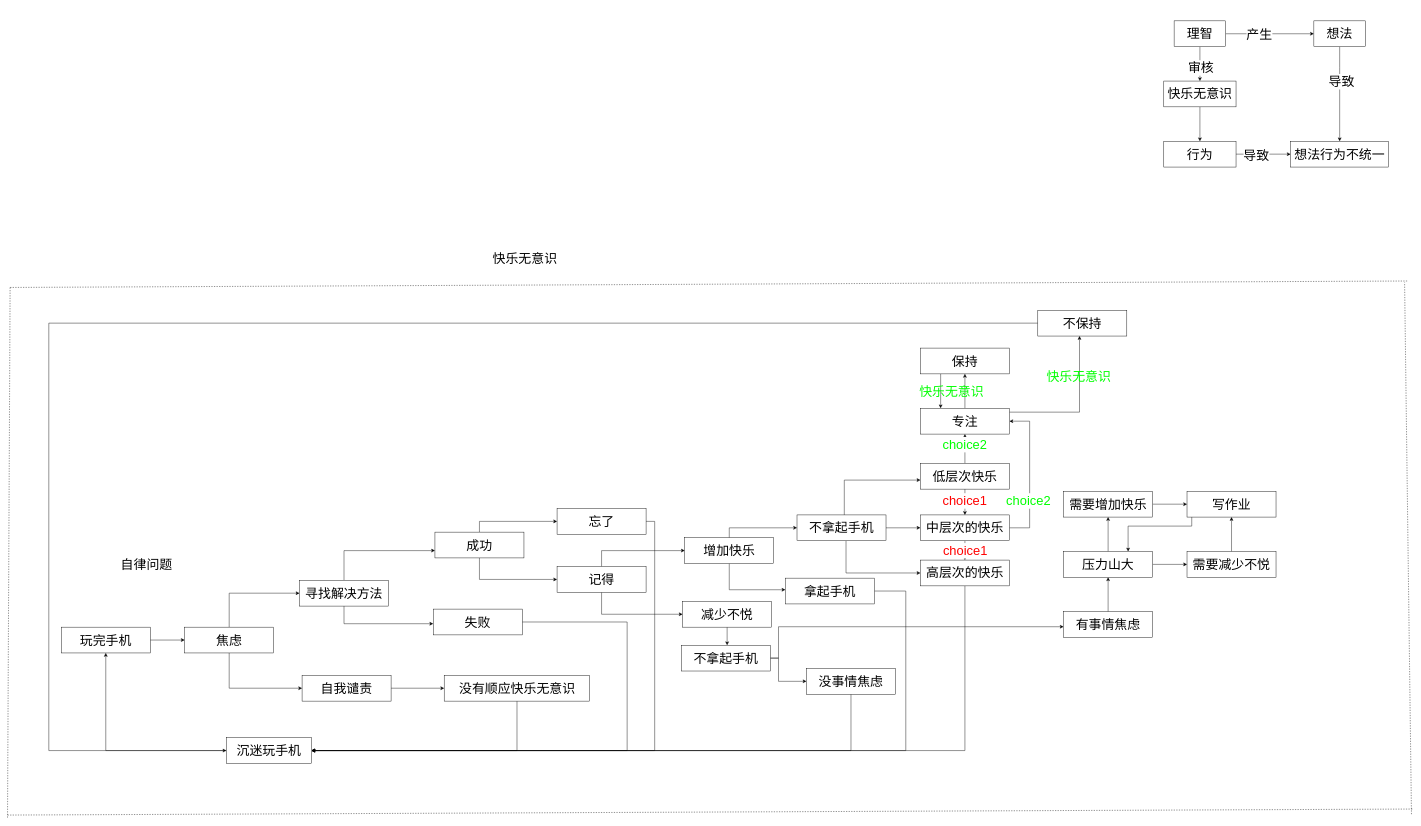
This is page "第 16 页" (16 of 16) of Untitled Diagram.drawio from 1643001598/pdf, a draw.io file, before an edit. Source tidied: cells renumbered, new cells numbered last; positions are measured from the earlier drawing's top-left corner, leaving out a move shared by most shapes. Both pictures are drawn from the tidied source at 43%, with x=0, y=0 at pixel (7, 21).
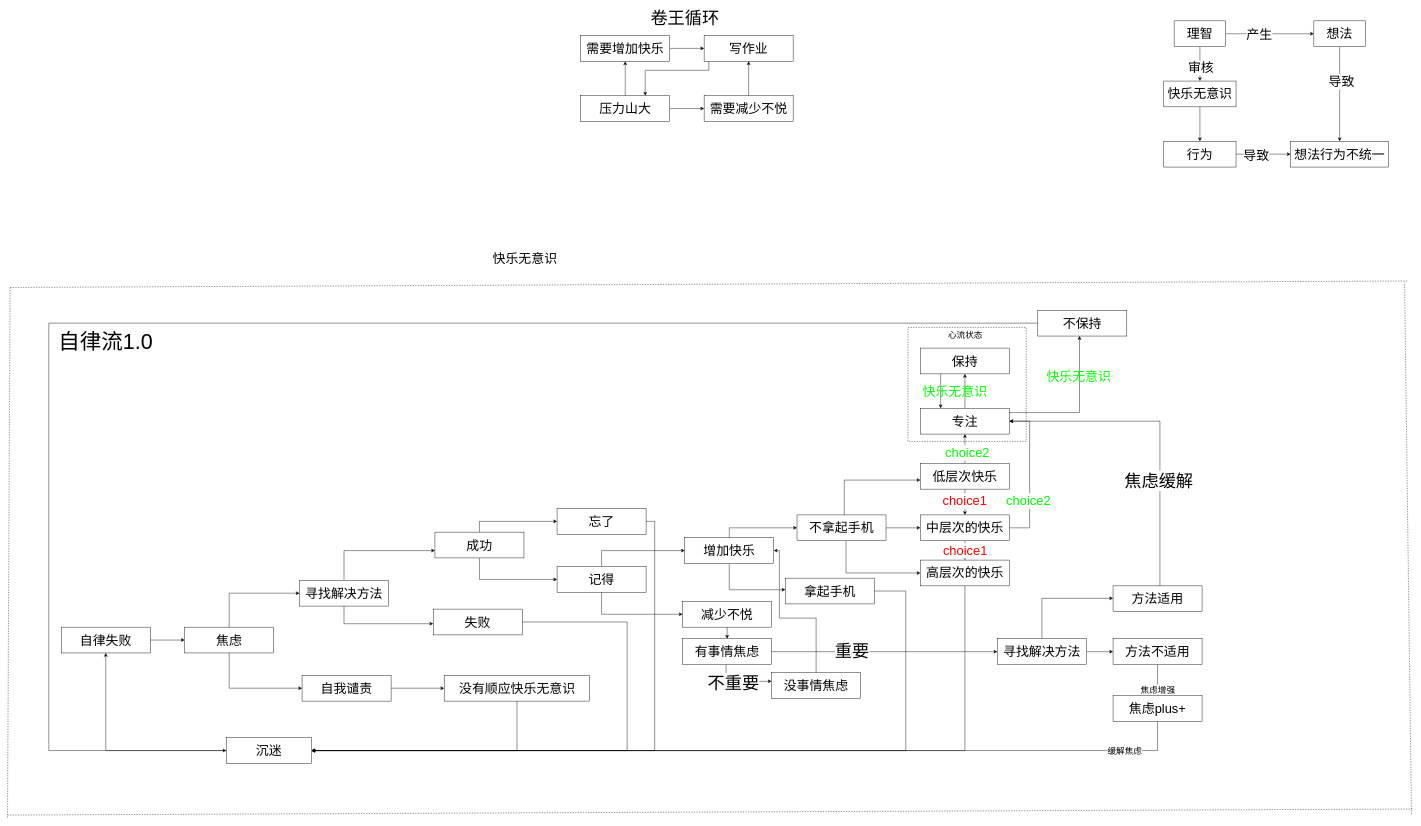
The same page after the edit.

The change refers to these unchanged cells:
```xml
<mxCell id="34" value="增加快乐" style="whiteSpace=wrap;html=1;fontSize=30;" parent="1" vertex="1">
  <mxGeometry x="1575" y="1202" width="207" height="60" as="geometry" />
</mxCell>
<mxCell id="51" style="edgeStyle=orthogonalEdgeStyle;rounded=0;jettySize=auto;html=1;fontSize=30;" parent="1" edge="1" source="53" target="87">
  <mxGeometry relative="1" as="geometry" />
</mxCell>
<mxCell id="87" value="专注" style="whiteSpace=wrap;html=1;fontSize=30;" parent="1" vertex="1">
  <mxGeometry x="2123" y="901" width="207" height="60" as="geometry" />
</mxCell>
<mxCell id="89" value="不保持" style="whiteSpace=wrap;html=1;fontSize=30;" parent="1" vertex="1">
  <mxGeometry x="2396" y="673" width="207" height="60" as="geometry" />
</mxCell>
```

Change to the diagram source:
```diff
@@
-    <mxCell id="2" value="&lt;font style=&quot;font-size: 30px&quot;&gt;自律问题&lt;/font&gt;" style="text;html=1;align=center;verticalAlign=middle;strokeColor=none;fillColor=none;" parent="1" vertex="1">
-      <mxGeometry x="258" y="1251" width="130" height="25" as="geometry" />
+    <mxCell id="2" value="&lt;div&gt;&lt;font style=&quot;font-size: 50px&quot;&gt;自律流1.0&lt;/font&gt;&lt;/div&gt;" style="text;html=1;align=center;verticalAlign=middle;strokeColor=none;fillColor=none;" parent="1" vertex="1">
+      <mxGeometry x="113" y="730" width="229" height="31" as="geometry" />
     </mxCell>
@@
-    <mxCell id="4" value="玩完手机" style="whiteSpace=wrap;html=1;fontSize=30;" parent="1" vertex="1">
+    <mxCell id="4" value="自律失败" style="whiteSpace=wrap;html=1;fontSize=30;" parent="1" vertex="1">
       <mxGeometry x="125" y="1410" width="207" height="60" as="geometry" />
     </mxCell>
@@
-    <mxCell id="19" value="沉迷玩手机" style="whiteSpace=wrap;html=1;fontSize=30;" parent="1" vertex="1">
+    <mxCell id="19" value="沉迷" style="whiteSpace=wrap;html=1;fontSize=30;" parent="1" vertex="1">
       <mxGeometry x="509" y="1667" width="198" height="60" as="geometry" />
     </mxCell>
@@
-    <mxCell id="37" style="edgeStyle=orthogonalEdgeStyle;rounded=0;jettySize=auto;html=1;fontSize=30;" parent="1" edge="1" source="39" target="71">
-      <mxGeometry relative="1" as="geometry">
-        <Array as="points">
-          <mxPoint x="1793" y="1482" />
-          <mxPoint x="1793" y="1409" />
-        </Array>
-      </mxGeometry>
-    </mxCell>
     <mxCell id="38" style="edgeStyle=orthogonalEdgeStyle;rounded=0;jettySize=auto;html=1;fontSize=30;" parent="1" edge="1" source="39" target="73">
       <mxGeometry relative="1" as="geometry">
         <Array as="points">
-          <mxPoint x="1793" y="1482" />
-          <mxPoint x="1793" y="1536" />
+          <mxPoint x="1671" y="1536" />
         </Array>
       </mxGeometry>
     </mxCell>
+    <mxCell id="94" value="不重要" style="edgeLabel;html=1;align=center;verticalAlign=middle;fontSize=40;" parent="38" vertex="1">
+      <mxGeometry x="0.36" y="-1" relative="1" as="geometry">
+        <mxPoint x="-44" y="2" as="offset" />
+      </mxGeometry>
+    </mxCell>
+    <mxCell id="95" style="edgeStyle=orthogonalEdgeStyle;rounded=0;jettySize=auto;html=1;fontSize=40;" parent="1" edge="1" source="39" target="101">
+      <mxGeometry relative="1" as="geometry" />
+    </mxCell>
+    <mxCell id="96" value="重要" style="edgeLabel;html=1;align=center;verticalAlign=middle;fontSize=40;" parent="95" vertex="1">
+      <mxGeometry x="-0.29" y="2" relative="1" as="geometry" />
+    </mxCell>
-    <mxCell id="39" value="不拿起手机" style="whiteSpace=wrap;html=1;fontSize=30;" parent="1" vertex="1">
-      <mxGeometry x="1567" y="1452" width="207" height="60" as="geometry" />
+    <mxCell id="39" value="有事情焦虑" style="whiteSpace=wrap;html=1;fontSize=30;" parent="1" vertex="1">
+      <mxGeometry x="1570" y="1437" width="207" height="60" as="geometry" />
     </mxCell>
@@
     <mxCell id="52" value="&lt;font color=&quot;#00FF00&quot;&gt;choice2&lt;/font&gt;" style="edgeLabel;html=1;align=center;verticalAlign=middle;fontSize=30;" parent="51" vertex="1">
-      <mxGeometry x="0.31" y="1" relative="1" as="geometry" />
+      <mxGeometry x="0.31" y="1" relative="1" as="geometry">
+        <mxPoint x="6" y="19" as="offset" />
+      </mxGeometry>
     </mxCell>
@@
-    <mxCell id="70" style="edgeStyle=orthogonalEdgeStyle;rounded=0;jettySize=auto;html=1;fontSize=30;" parent="1" edge="1" source="71" target="78">
-      <mxGeometry relative="1" as="geometry" />
-    </mxCell>
-    <mxCell id="71" value="有事情焦虑" style="whiteSpace=wrap;html=1;fontSize=30;" parent="1" vertex="1">
-      <mxGeometry x="2456" y="1374" width="207" height="60" as="geometry" />
-    </mxCell>
-    <mxCell id="72" style="edgeStyle=orthogonalEdgeStyle;rounded=0;jettySize=auto;html=1;fontSize=30;" parent="1" edge="1" source="73" target="19">
-      <mxGeometry relative="1" as="geometry">
-        <Array as="points">
-          <mxPoint x="1961" y="1697" />
-        </Array>
-      </mxGeometry>
-    </mxCell>
+    <mxCell id="97" style="edgeStyle=orthogonalEdgeStyle;rounded=0;jettySize=auto;html=1;fontSize=20;" parent="1" edge="1" source="73" target="34">
+      <mxGeometry relative="1" as="geometry">
+        <Array as="points">
+          <mxPoint x="1881" y="1389" />
+          <mxPoint x="1795" y="1389" />
+          <mxPoint x="1795" y="1232" />
+        </Array>
+      </mxGeometry>
+    </mxCell>
     <mxCell id="73" value="没事情焦虑" style="whiteSpace=wrap;html=1;fontSize=30;" parent="1" vertex="1">
-      <mxGeometry x="1858" y="1506" width="207" height="60" as="geometry" />
+      <mxGeometry x="1777" y="1516" width="207" height="60" as="geometry" />
     </mxCell>
@@
     <mxCell id="78" value="压力山大" style="whiteSpace=wrap;html=1;fontSize=30;" parent="1" vertex="1">
-      <mxGeometry x="2456" y="1234" width="207" height="60" as="geometry" />
+      <mxGeometry x="1333" y="174" width="207" height="60" as="geometry" />
     </mxCell>
@@
     <mxCell id="80" value="&lt;div&gt;需要减少不悦&lt;br&gt;&lt;/div&gt;" style="whiteSpace=wrap;html=1;fontSize=30;" parent="1" vertex="1">
-      <mxGeometry x="2743" y="1234" width="207" height="60" as="geometry" />
+      <mxGeometry x="1620" y="174" width="207" height="60" as="geometry" />
     </mxCell>
@@
     <mxCell id="82" value="需要增加快乐" style="whiteSpace=wrap;html=1;fontSize=30;" parent="1" vertex="1">
-      <mxGeometry x="2456" y="1094" width="207" height="60" as="geometry" />
+      <mxGeometry x="1333" y="34" width="207" height="60" as="geometry" />
     </mxCell>
     <mxCell id="83" style="edgeStyle=orthogonalEdgeStyle;rounded=0;jettySize=auto;html=1;fontSize=30;fontColor=#00FF00;" parent="1" edge="1" source="84" target="78">
       <mxGeometry relative="1" as="geometry">
         <Array as="points">
-          <mxPoint x="2754" y="1175" />
-          <mxPoint x="2606" y="1175" />
+          <mxPoint x="1631" y="115" />
+          <mxPoint x="1483" y="115" />
         </Array>
       </mxGeometry>
     </mxCell>
     <mxCell id="84" value="写作业" style="whiteSpace=wrap;html=1;fontSize=30;" parent="1" vertex="1">
-      <mxGeometry x="2743" y="1094" width="207" height="60" as="geometry" />
+      <mxGeometry x="1620" y="34" width="207" height="60" as="geometry" />
     </mxCell>
-    <mxCell id="85" style="edgeStyle=orthogonalEdgeStyle;rounded=0;jettySize=auto;html=1;fontSize=30;fontColor=#FF0000;" parent="1" edge="1" source="87" target="89">
+    <mxCell id="85" style="edgeStyle=orthogonalEdgeStyle;rounded=0;jettySize=auto;html=1;fontSize=30;fontColor=#FF0000;startArrow=none;exitX=0.996;exitY=0.15;exitDx=0;exitDy=0;exitPerimeter=0;" parent="1" edge="1" source="87" target="89">
       <mxGeometry relative="1" as="geometry">
         <Array as="points">
-          <mxPoint x="2493" y="910" />
+          <mxPoint x="2493" y="911" />
         </Array>
       </mxGeometry>
     </mxCell>
@@
     <mxCell id="92" value="&lt;font color=&quot;#00FF00&quot;&gt;快乐无意识&lt;/font&gt;" style="text;html=1;align=center;verticalAlign=middle;strokeColor=none;fillColor=none;fontSize=30;fontColor=#FF0000;" parent="1" vertex="1">
-      <mxGeometry x="2115" y="841" width="160" height="40" as="geometry" />
+      <mxGeometry x="2123" y="841" width="160" height="40" as="geometry" />
     </mxCell>
@@
+    <mxCell id="98" value="&lt;font style=&quot;font-size: 40px&quot;&gt;卷王循环&lt;/font&gt;" style="text;html=1;align=center;verticalAlign=middle;strokeColor=none;fillColor=none;" parent="1" vertex="1">
+      <mxGeometry x="1490" y="-21" width="170" height="28" as="geometry" />
+    </mxCell>
+    <mxCell id="99" style="edgeStyle=orthogonalEdgeStyle;rounded=0;jettySize=auto;html=1;fontSize=40;" parent="1" edge="1" source="101" target="104">
+      <mxGeometry relative="1" as="geometry">
+        <Array as="points">
+          <mxPoint x="2406" y="1343" />
+        </Array>
+      </mxGeometry>
+    </mxCell>
+    <mxCell id="100" style="edgeStyle=orthogonalEdgeStyle;rounded=0;jettySize=auto;html=1;fontSize=40;" parent="1" edge="1" source="101" target="107">
+      <mxGeometry relative="1" as="geometry" />
+    </mxCell>
+    <mxCell id="101" value="寻找解决方法" style="whiteSpace=wrap;html=1;fontSize=30;" parent="1" vertex="1">
+      <mxGeometry x="2302" y="1437" width="207" height="60" as="geometry" />
+    </mxCell>
+    <mxCell id="102" style="edgeStyle=orthogonalEdgeStyle;rounded=0;jettySize=auto;html=1;fontSize=40;" parent="1" edge="1" source="104" target="87">
+      <mxGeometry relative="1" as="geometry">
+        <Array as="points">
+          <mxPoint x="2680" y="931" />
+        </Array>
+      </mxGeometry>
+    </mxCell>
+    <mxCell id="103" value="焦虑缓解" style="edgeLabel;html=1;align=center;verticalAlign=middle;fontSize=40;" parent="102" vertex="1">
+      <mxGeometry x="-0.33" y="4" relative="1" as="geometry" />
+    </mxCell>
+    <mxCell id="104" value="方法适用" style="whiteSpace=wrap;html=1;fontSize=30;" parent="1" vertex="1">
+      <mxGeometry x="2571" y="1314" width="207" height="60" as="geometry" />
+    </mxCell>
+    <mxCell id="105" style="edgeStyle=orthogonalEdgeStyle;rounded=0;jettySize=auto;html=1;fontSize=40;" parent="1" edge="1" source="107" target="110">
+      <mxGeometry relative="1" as="geometry" />
+    </mxCell>
+    <mxCell id="106" value="焦虑增强" style="edgeLabel;html=1;align=center;verticalAlign=middle;fontSize=20;" parent="105" vertex="1">
+      <mxGeometry x="-0.24" y="-1" relative="1" as="geometry">
+        <mxPoint x="1" y="30" as="offset" />
+      </mxGeometry>
+    </mxCell>
+    <mxCell id="107" value="方法不适用" style="whiteSpace=wrap;html=1;fontSize=30;" parent="1" vertex="1">
+      <mxGeometry x="2571" y="1437" width="207" height="60" as="geometry" />
+    </mxCell>
+    <mxCell id="108" style="edgeStyle=orthogonalEdgeStyle;rounded=0;jettySize=auto;html=1;fontSize=40;" parent="1" edge="1" source="110" target="19">
+      <mxGeometry relative="1" as="geometry">
+        <Array as="points">
+          <mxPoint x="2675" y="1697" />
+        </Array>
+      </mxGeometry>
+    </mxCell>
+    <mxCell id="109" value="缓解焦虑" style="edgeLabel;html=1;align=center;verticalAlign=middle;fontSize=20;" parent="108" vertex="1">
+      <mxGeometry x="-0.61" y="-3" relative="1" as="geometry">
+        <mxPoint x="252" y="3" as="offset" />
+      </mxGeometry>
+    </mxCell>
+    <mxCell id="110" value="焦虑plus+" style="whiteSpace=wrap;html=1;fontSize=30;" parent="1" vertex="1">
+      <mxGeometry x="2571" y="1569" width="207" height="60" as="geometry" />
+    </mxCell>
+    <mxCell id="111" value="&lt;font style=&quot;font-size: 20px&quot;&gt;心流状态&lt;/font&gt;" style="text;html=1;align=center;verticalAlign=middle;strokeColor=none;fillColor=none;fontSize=40;" parent="1" vertex="1">
+      <mxGeometry x="2181.5" y="692" width="90" height="59" as="geometry" />
+    </mxCell>
+    <mxCell id="112" style="rounded=0;whiteSpace=wrap;html=1;dashed=1;fontSize=20;fillColor=none;" parent="1" vertex="1">
+      <mxGeometry x="2094" y="713" width="275" height="265" as="geometry" />
+    </mxCell>
```
